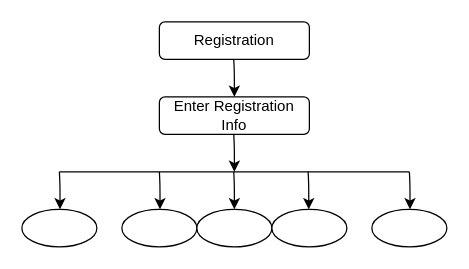
Earlier version of the draw.io diagram database/Activity Diagram for Employee.drawio (SHIMAISRAFIL/Transport-Schedule). Source tidied: cells renumbered, new cells numbered last; positions are measured from the earlier drawing's top-left corner, leaving out a move shared by most shapes. Both pictures are drawn from the tidied source at 125%, with x=0, y=0 at pixel (21, 21).
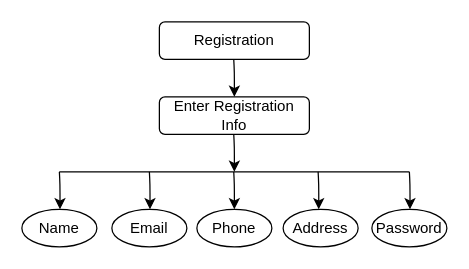
The same page after the edit.

Diff of the diagram source:
```diff
@@
     <mxCell id="10" style="endArrow=classic;html=1;" parent="1" edge="1">
       <mxGeometry relative="1" as="geometry">
-        <mxPoint x="229" y="120" as="sourcePoint" />
-        <mxPoint x="229.5" y="150" as="targetPoint" />
+        <mxPoint x="237" y="120" as="sourcePoint" />
+        <mxPoint x="237.5" y="150" as="targetPoint" />
         <Array as="points">
-          <mxPoint x="229.5" y="130" />
+          <mxPoint x="237.5" y="130" />
         </Array>
       </mxGeometry>
     </mxCell>
     <mxCell id="11" style="endArrow=classic;html=1;" parent="1" edge="1">
       <mxGeometry relative="1" as="geometry">
-        <mxPoint x="110" y="120" as="sourcePoint" />
-        <mxPoint x="110.5" y="150" as="targetPoint" />
+        <mxPoint x="102" y="120" as="sourcePoint" />
+        <mxPoint x="102.5" y="150" as="targetPoint" />
         <Array as="points">
-          <mxPoint x="110.5" y="130" />
+          <mxPoint x="102.5" y="130" />
         </Array>
       </mxGeometry>
     </mxCell>
-    <mxCell id="12" style="ellipse;whiteSpace=wrap;html=1;" parent="1" vertex="1">
+    <mxCell id="12" value="Name" style="ellipse;whiteSpace=wrap;html=1;" parent="1" vertex="1">
       <mxGeometry y="150" width="60" height="30" as="geometry" />
     </mxCell>
-    <mxCell id="13" style="ellipse;whiteSpace=wrap;html=1;" parent="1" vertex="1">
-      <mxGeometry x="80" y="150" width="60" height="30" as="geometry" />
+    <mxCell id="13" value="Email" style="ellipse;whiteSpace=wrap;html=1;" parent="1" vertex="1">
+      <mxGeometry x="72" y="150" width="60" height="30" as="geometry" />
     </mxCell>
-    <mxCell id="14" style="ellipse;whiteSpace=wrap;html=1;" parent="1" vertex="1">
+    <mxCell id="14" value="Phone" style="ellipse;whiteSpace=wrap;html=1;" parent="1" vertex="1">
       <mxGeometry x="140" y="150" width="60" height="30" as="geometry" />
     </mxCell>
-    <mxCell id="15" style="ellipse;whiteSpace=wrap;html=1;" parent="1" vertex="1">
-      <mxGeometry x="200" y="150" width="60" height="30" as="geometry" />
+    <mxCell id="15" value="Address" style="ellipse;whiteSpace=wrap;html=1;" parent="1" vertex="1">
+      <mxGeometry x="209" y="150" width="60" height="30" as="geometry" />
     </mxCell>
-    <mxCell id="16" style="ellipse;whiteSpace=wrap;html=1;" parent="1" vertex="1">
+    <mxCell id="16" value="Password" style="ellipse;whiteSpace=wrap;html=1;" parent="1" vertex="1">
       <mxGeometry x="280" y="150" width="60" height="30" as="geometry" />
     </mxCell>
```
